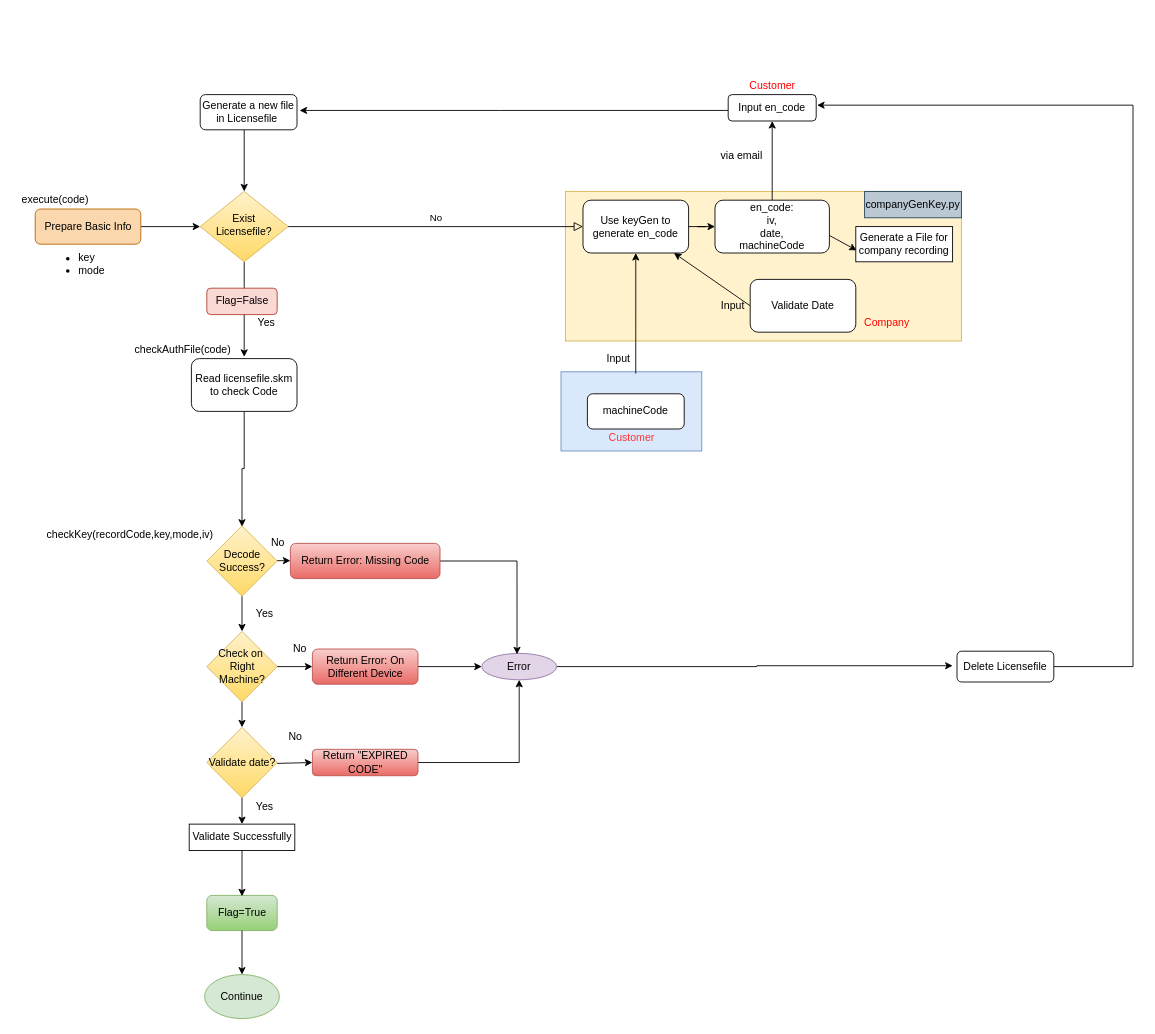
This is Untitled Diagram.drawio from xuunnis123/RegisterCode, a draw.io file, before an edit. Source tidied: cells renumbered, new cells numbered last; positions are measured from the earlier drawing's top-left corner, leaving out a move shared by most shapes. Both pictures are drawn from the tidied source at 88%, with x=0, y=0 at pixel (15, 77).
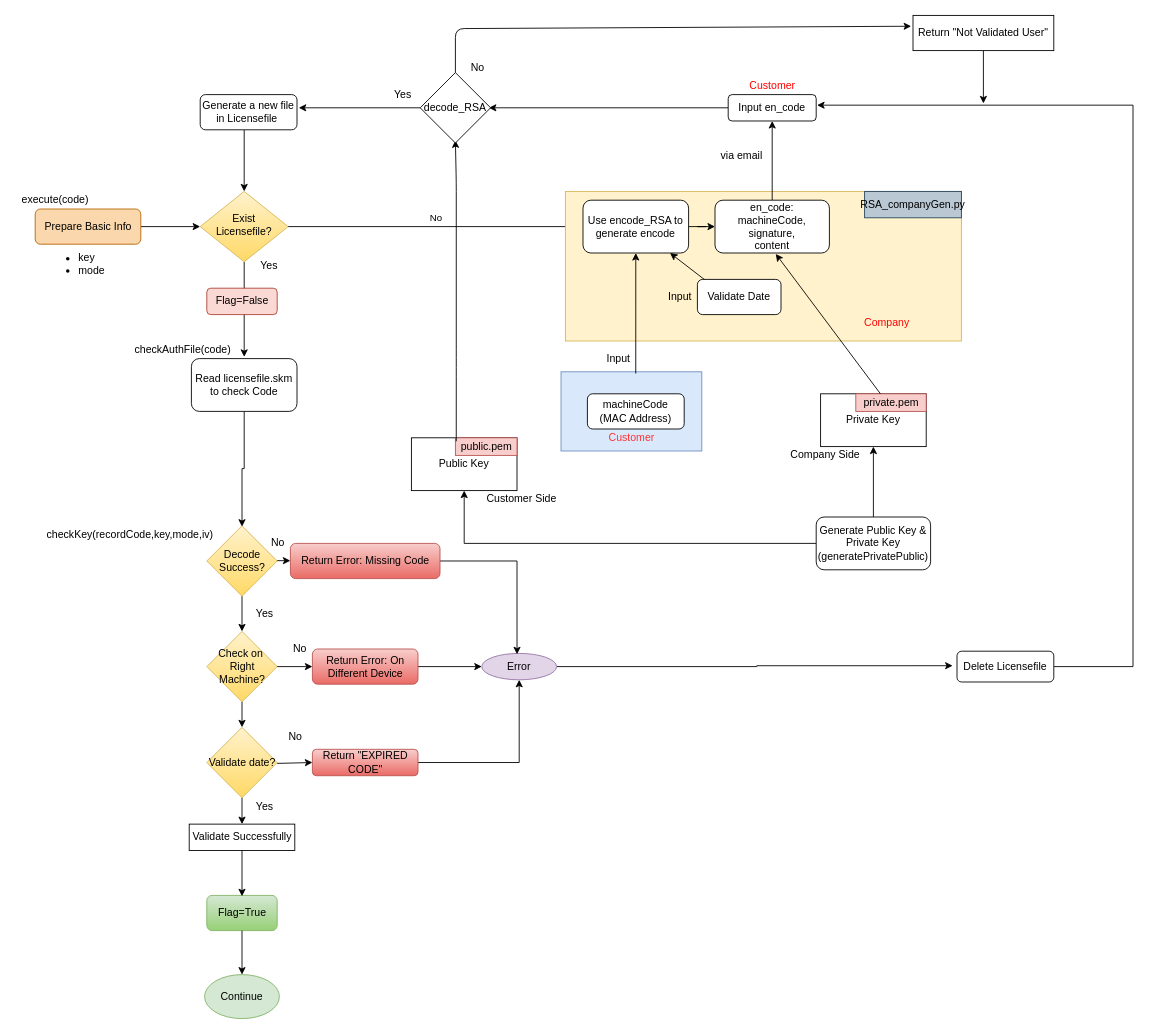
The same diagram, later.

The change refers to these unchanged cells:
```xml
<mxCell id="3" value="Exist Licensefile?" style="rhombus;whiteSpace=wrap;html=1;shadow=0;fontFamily=Helvetica;fontSize=12;align=center;strokeWidth=1;spacing=6;spacingTop=-4;gradientColor=#ffd966;fillColor=#fff2cc;strokeColor=#d6b656;" parent="1" vertex="1">
  <mxGeometry x="210" y="130" width="100" height="80" as="geometry" />
</mxCell>
<mxCell id="13" value="Generate a new file in Licensefile&amp;nbsp;" style="rounded=1;whiteSpace=wrap;html=1;" parent="1" vertex="1">
  <mxGeometry x="210" y="20" width="110" height="40" as="geometry" />
</mxCell>
```

Change to the diagram source:
```diff
@@
-    <mxCell id="12" style="edgeStyle=orthogonalEdgeStyle;rounded=0;jettySize=auto;html=1;entryX=1.027;entryY=0.45;entryDx=0;entryDy=0;entryPerimeter=0;fontColor=#000000;" parent="1" edge="1" source="45" target="13">
-      <mxGeometry relative="1" as="geometry">
-        <Array as="points">
-          <mxPoint x="550" y="38" />
-          <mxPoint x="550" y="38" />
-        </Array>
-      </mxGeometry>
-    </mxCell>
@@
     <mxCell id="15" value="Yes" style="text;html=1;align=center;verticalAlign=middle;fontColor=#000000;" parent="1" vertex="1">
-      <mxGeometry x="265" y="270" width="40" height="20" as="geometry" />
+      <mxGeometry x="267.5" y="205" width="40" height="20" as="geometry" />
     </mxCell>
@@
-    <mxCell id="44" style="group;" parent="1" vertex="1">
-      <mxGeometry x="620" width="455" height="425" as="geometry" />
-    </mxCell>
+    <mxCell id="65" value="No" style="edgeStyle=orthogonalEdgeStyle;rounded=0;html=1;jettySize=auto;fontSize=11;endArrow=block;endFill=0;endSize=8;strokeWidth=1;shadow=0;labelBackgroundColor=none;entryX=0;entryY=0.5;entryDx=0;entryDy=0;" parent="1" edge="1" source="3" target="50">
+      <mxGeometry y="10" relative="1" as="geometry" />
+    </mxCell>
+    <mxCell id="66" value="execute(code)" style="text;html=1;align=center;verticalAlign=middle;fontColor=#000000;" parent="1" vertex="1">
+      <mxGeometry y="130" width="90" height="20" as="geometry" />
+    </mxCell>
+    <mxCell id="67" style="edgeStyle=orthogonalEdgeStyle;rounded=0;jettySize=auto;html=1;fontColor=#000000;entryX=1.01;entryY=0.4;entryDx=0;entryDy=0;entryPerimeter=0;" parent="1" edge="1" source="68" target="45">
+      <mxGeometry relative="1" as="geometry">
+        <Array as="points">
+          <mxPoint x="1270" y="670" />
+          <mxPoint x="1270" y="32" />
+        </Array>
+      </mxGeometry>
+    </mxCell>
+    <mxCell id="68" value="Delete Licensefile" style="rounded=1;whiteSpace=wrap;html=1;fontColor=#000000;" parent="1" vertex="1">
+      <mxGeometry x="1070" y="652.5" width="110" height="35" as="geometry" />
+    </mxCell>
+    <mxCell id="69" style="edgeStyle=orthogonalEdgeStyle;rounded=0;jettySize=auto;html=1;" parent="1" edge="1" source="71" target="73">
+      <mxGeometry relative="1" as="geometry" />
+    </mxCell>
+    <mxCell id="70" style="edgeStyle=orthogonalEdgeStyle;rounded=0;jettySize=auto;html=1;" parent="1" edge="1" source="71" target="75">
+      <mxGeometry relative="1" as="geometry" />
+    </mxCell>
+    <mxCell id="71" value="Generate Public Key &amp;amp; Private Key&lt;br&gt;(generatePrivatePublic)" style="rounded=1;whiteSpace=wrap;html=1;" parent="1" vertex="1">
+      <mxGeometry x="910" y="500" width="130" height="60" as="geometry" />
+    </mxCell>
+    <mxCell id="72" style="edgeStyle=orthogonalEdgeStyle;rounded=0;jettySize=auto;html=1;entryX=0.975;entryY=0.5;entryDx=0;entryDy=0;entryPerimeter=0;" parent="1" edge="1" source="45" target="81">
+      <mxGeometry relative="1" as="geometry" />
+    </mxCell>
-    <mxCell id="45" value="Input en_code" style="rounded=1;whiteSpace=wrap;html=1;fontColor=#000000;" parent="44" vertex="1">
-      <mxGeometry x="190" y="20" width="100" height="30" as="geometry" />
+    <mxCell id="45" value="Input en_code" style="rounded=1;whiteSpace=wrap;html=1;fontColor=#000000;" parent="1" vertex="1">
+      <mxGeometry x="810" y="20" width="100" height="30" as="geometry" />
     </mxCell>
-    <mxCell id="46" style="whiteSpace=wrap;html=1;fillColor=#fff2cc;strokeColor=#d6b656;" parent="44" vertex="1">
-      <mxGeometry x="5" y="130" width="450" height="170" as="geometry" />
+    <mxCell id="46" style="whiteSpace=wrap;html=1;fillColor=#fff2cc;strokeColor=#d6b656;" parent="1" vertex="1">
+      <mxGeometry x="625" y="130" width="450" height="170" as="geometry" />
     </mxCell>
-    <mxCell id="47" style="rounded=0;whiteSpace=wrap;html=1;fillColor=#dae8fc;strokeColor=#6c8ebf;" parent="44" vertex="1">
-      <mxGeometry y="335" width="160" height="90" as="geometry" />
+    <mxCell id="47" style="rounded=0;whiteSpace=wrap;html=1;fillColor=#dae8fc;strokeColor=#6c8ebf;" parent="1" vertex="1">
+      <mxGeometry x="620" y="335" width="160" height="90" as="geometry" />
     </mxCell>
-    <mxCell id="48" style="edgeStyle=orthogonalEdgeStyle;rounded=0;jettySize=auto;html=1;fontColor=#000000;" parent="44" edge="1" source="49" target="45">
-      <mxGeometry relative="1" as="geometry" />
+    <mxCell id="48" style="edgeStyle=orthogonalEdgeStyle;rounded=0;jettySize=auto;html=1;fontColor=#000000;" parent="1" edge="1" source="49" target="45">
+      <mxGeometry x="580" y="-70" as="geometry" />
     </mxCell>
-    <mxCell id="49" value="en_code: &lt;br&gt;iv,&lt;br&gt;date,&lt;br&gt;machineCode" style="whiteSpace=wrap;html=1;rounded=1;shadow=0;strokeWidth=1;glass=0;" parent="44" vertex="1">
-      <mxGeometry x="175" y="140" width="130" height="60" as="geometry" />
+    <mxCell id="49" value="en_code:&lt;br&gt;machineCode,&lt;br&gt;signature,&lt;br&gt;content" style="whiteSpace=wrap;html=1;rounded=1;shadow=0;strokeWidth=1;glass=0;" parent="1" vertex="1">
+      <mxGeometry x="795" y="140" width="130" height="60" as="geometry" />
     </mxCell>
-    <mxCell id="50" value="Use keyGen to generate en_code" style="rounded=1;whiteSpace=wrap;html=1;" parent="44" vertex="1">
-      <mxGeometry x="25" y="140" width="120" height="60" as="geometry" />
+    <mxCell id="50" value="Use encode_RSA to generate encode" style="rounded=1;whiteSpace=wrap;html=1;" parent="1" vertex="1">
+      <mxGeometry x="645" y="140" width="120" height="60" as="geometry" />
     </mxCell>
-    <mxCell id="51" style="edgeStyle=orthogonalEdgeStyle;rounded=0;jettySize=auto;html=1;exitX=1;exitY=0.5;exitDx=0;exitDy=0;" parent="44" edge="1" source="50" target="49">
-      <mxGeometry y="70" as="geometry" />
+    <mxCell id="51" style="edgeStyle=orthogonalEdgeStyle;rounded=0;jettySize=auto;html=1;exitX=1;exitY=0.5;exitDx=0;exitDy=0;" parent="1" edge="1" source="50" target="49">
+      <mxGeometry x="580" as="geometry" />
     </mxCell>
-    <mxCell id="52" value="machineCode" style="rounded=1;whiteSpace=wrap;html=1;" parent="44" vertex="1">
-      <mxGeometry x="30" y="360" width="110" height="40" as="geometry" />
+    <mxCell id="52" value="machineCode&lt;br&gt;(MAC Address)" style="rounded=1;whiteSpace=wrap;html=1;" parent="1" vertex="1">
+      <mxGeometry x="650" y="360" width="110" height="40" as="geometry" />
     </mxCell>
-    <mxCell id="53" value="Customer" style="text;html=1;align=center;verticalAlign=middle;fontColor=#FF3333;" parent="44" vertex="1">
-      <mxGeometry x="45" y="400" width="70" height="20" as="geometry" />
+    <mxCell id="53" value="Customer" style="text;html=1;align=center;verticalAlign=middle;fontColor=#FF3333;" parent="1" vertex="1">
+      <mxGeometry x="665" y="400" width="70" height="20" as="geometry" />
     </mxCell>
-    <mxCell id="54" style="endArrow=classic;html=1;exitX=0.531;exitY=0.022;exitDx=0;exitDy=0;exitPerimeter=0;" parent="44" edge="1" source="47" target="50">
-      <mxGeometry y="70" as="geometry" />
+    <mxCell id="54" style="endArrow=classic;html=1;exitX=0.531;exitY=0.022;exitDx=0;exitDy=0;exitPerimeter=0;" parent="1" edge="1" source="47" target="50">
+      <mxGeometry x="580" as="geometry" />
     </mxCell>
-    <mxCell id="55" value="Company" style="text;html=1;align=center;verticalAlign=middle;fontColor=#FF0000;" parent="44" vertex="1">
-      <mxGeometry x="335" y="270" width="70" height="20" as="geometry" />
+    <mxCell id="55" value="Company" style="text;html=1;align=center;verticalAlign=middle;fontColor=#FF0000;" parent="1" vertex="1">
+      <mxGeometry x="955" y="270" width="70" height="20" as="geometry" />
     </mxCell>
-    <mxCell id="56" style="endArrow=classic;html=1;fontColor=#FF3333;" parent="44" edge="1" target="50">
-      <mxGeometry y="70" as="geometry">
-        <mxPoint x="215" y="260" as="sourcePoint" />
-      </mxGeometry>
+    <mxCell id="56" style="endArrow=classic;html=1;fontColor=#FF3333;startArrow=none;exitX=0.1;exitY=0.033;exitDx=0;exitDy=0;exitPerimeter=0;" parent="1" edge="1" source="57" target="50">
+      <mxGeometry x="580" as="geometry" />
     </mxCell>
-    <mxCell id="57" value="Validate Date" style="rounded=1;whiteSpace=wrap;html=1;" parent="44" vertex="1">
-      <mxGeometry x="215" y="230" width="120" height="60" as="geometry" />
-    </mxCell>
-    <mxCell id="58" value="companyGenKey.py" style="rounded=0;whiteSpace=wrap;html=1;fillColor=#bac8d3;strokeColor=#23445d;" parent="44" vertex="1">
-      <mxGeometry x="345" y="130" width="110" height="30" as="geometry" />
+    <mxCell id="58" value="RSA_companyGen.py" style="rounded=0;whiteSpace=wrap;html=1;fillColor=#bac8d3;strokeColor=#23445d;" parent="1" vertex="1">
+      <mxGeometry x="965" y="130" width="110" height="30" as="geometry" />
     </mxCell>
-    <mxCell id="59" style="endArrow=classic;html=1;fontColor=#000000;entryX=0.009;entryY=0.675;entryDx=0;entryDy=0;entryPerimeter=0;" parent="44" edge="1" target="60">
-      <mxGeometry y="70" as="geometry">
-        <mxPoint x="305" y="180" as="sourcePoint" />
-      </mxGeometry>
-    </mxCell>
-    <mxCell id="60" value="Generate a File for company recording" style="rounded=0;whiteSpace=wrap;html=1;fontColor=#000000;" parent="44" vertex="1">
-      <mxGeometry x="335" y="170" width="110" height="40" as="geometry" />
-    </mxCell>
-    <mxCell id="61" value="&lt;font color=&quot;#ff0000&quot;&gt;Customer&lt;/font&gt;" style="text;html=1;align=center;verticalAlign=middle;fontColor=#000000;" parent="44" vertex="1">
-      <mxGeometry x="205" width="70" height="20" as="geometry" />
+    <mxCell id="61" value="&lt;font color=&quot;#ff0000&quot;&gt;Customer&lt;/font&gt;" style="text;html=1;align=center;verticalAlign=middle;fontColor=#000000;" parent="1" vertex="1">
+      <mxGeometry x="825" width="70" height="20" as="geometry" />
     </mxCell>
-    <mxCell id="62" value="via email" style="text;html=1;align=center;verticalAlign=middle;fontColor=#000000;" parent="44" vertex="1">
-      <mxGeometry x="175" y="80" width="60" height="20" as="geometry" />
+    <mxCell id="62" value="via email" style="text;html=1;align=center;verticalAlign=middle;fontColor=#000000;" parent="1" vertex="1">
+      <mxGeometry x="795" y="80" width="60" height="20" as="geometry" />
     </mxCell>
-    <mxCell id="63" value="Input" style="text;html=1;align=center;verticalAlign=middle;fontColor=#000000;" parent="44" vertex="1">
-      <mxGeometry x="45" y="310" width="40" height="20" as="geometry" />
+    <mxCell id="63" value="Input" style="text;html=1;align=center;verticalAlign=middle;fontColor=#000000;" parent="1" vertex="1">
+      <mxGeometry x="665" y="310" width="40" height="20" as="geometry" />
     </mxCell>
-    <mxCell id="64" value="Input" style="text;html=1;align=center;verticalAlign=middle;fontColor=#000000;" parent="44" vertex="1">
-      <mxGeometry x="175" y="250" width="40" height="20" as="geometry" />
+    <mxCell id="64" value="Input" style="text;html=1;align=center;verticalAlign=middle;fontColor=#000000;" parent="1" vertex="1">
+      <mxGeometry x="735" y="240" width="40" height="20" as="geometry" />
     </mxCell>
-    <mxCell id="65" value="No" style="edgeStyle=orthogonalEdgeStyle;rounded=0;html=1;jettySize=auto;fontSize=11;endArrow=block;endFill=0;endSize=8;strokeWidth=1;shadow=0;labelBackgroundColor=none;entryX=0;entryY=0.5;entryDx=0;entryDy=0;" parent="1" edge="1" source="3" target="50">
-      <mxGeometry y="10" relative="1" as="geometry" />
-    </mxCell>
-    <mxCell id="66" value="execute(code)" style="text;html=1;align=center;verticalAlign=middle;fontColor=#000000;" parent="1" vertex="1">
-      <mxGeometry y="130" width="90" height="20" as="geometry" />
-    </mxCell>
-    <mxCell id="67" style="edgeStyle=orthogonalEdgeStyle;rounded=0;jettySize=auto;html=1;fontColor=#000000;entryX=1.01;entryY=0.4;entryDx=0;entryDy=0;entryPerimeter=0;" parent="1" edge="1" source="68" target="45">
-      <mxGeometry relative="1" as="geometry">
-        <Array as="points">
-          <mxPoint x="1270" y="670" />
-          <mxPoint x="1270" y="32" />
-        </Array>
-      </mxGeometry>
-    </mxCell>
-    <mxCell id="68" value="Delete Licensefile" style="rounded=1;whiteSpace=wrap;html=1;fontColor=#000000;" parent="1" vertex="1">
-      <mxGeometry x="1070" y="652.5" width="110" height="35" as="geometry" />
-    </mxCell>
+    <mxCell id="73" value="Public Key" style="rounded=0;whiteSpace=wrap;html=1;" parent="1" vertex="1">
+      <mxGeometry x="450" y="410" width="120" height="60" as="geometry" />
+    </mxCell>
+    <mxCell id="74" style="group;" parent="1" vertex="1">
+      <mxGeometry x="915" y="360" width="120" height="60" as="geometry" />
+    </mxCell>
+    <mxCell id="75" value="Private Key" style="rounded=0;whiteSpace=wrap;html=1;" parent="74" vertex="1">
+      <mxGeometry width="120" height="60" as="geometry" />
+    </mxCell>
+    <mxCell id="76" value="private.pem" style="text;html=1;align=center;verticalAlign=middle;points=[];strokeColor=#b85450;fillColor=#f8cecc;" parent="74" vertex="1">
+      <mxGeometry x="40" width="80" height="20" as="geometry" />
+    </mxCell>
+    <mxCell id="77" value="public.pem" style="text;html=1;align=center;verticalAlign=middle;points=[];strokeColor=#b85450;fillColor=#f8cecc;" parent="1" vertex="1">
+      <mxGeometry x="500" y="410" width="70" height="20" as="geometry" />
+    </mxCell>
+    <mxCell id="78" style="endArrow=classic;html=1;exitX=0.35;exitY=0;exitDx=0;exitDy=0;exitPerimeter=0;entryX=0.531;entryY=1.017;entryDx=0;entryDy=0;entryPerimeter=0;" parent="1" edge="1" source="76" target="49">
+      <mxGeometry relative="1" as="geometry" />
+    </mxCell>
+    <mxCell id="57" value="Validate Date" style="rounded=1;whiteSpace=wrap;html=1;" parent="1" vertex="1">
+      <mxGeometry x="775" y="230" width="95" height="40" as="geometry" />
+    </mxCell>
+    <mxCell id="79" style="endArrow=classic;html=1;exitX=0.014;exitY=0.2;exitDx=0;exitDy=0;exitPerimeter=0;" parent="1" edge="1" source="77">
+      <mxGeometry relative="1" as="geometry">
+        <mxPoint x="500" y="72" as="targetPoint" />
+        <Array as="points">
+          <mxPoint x="501" y="340" />
+          <mxPoint x="501" y="320" />
+          <mxPoint x="501" y="120" />
+        </Array>
+      </mxGeometry>
+    </mxCell>
+    <mxCell id="80" style="edgeStyle=orthogonalEdgeStyle;rounded=0;jettySize=auto;html=1;entryX=1.018;entryY=0.375;entryDx=0;entryDy=0;entryPerimeter=0;" parent="1" edge="1" source="81" target="13">
+      <mxGeometry relative="1" as="geometry" />
+    </mxCell>
+    <mxCell id="81" value="decode_RSA" style="rhombus;whiteSpace=wrap;html=1;" parent="1" vertex="1">
+      <mxGeometry x="460" y="-5" width="80" height="80" as="geometry" />
+    </mxCell>
+    <mxCell id="82" value="Yes" style="text;html=1;align=center;verticalAlign=middle;strokeColor=none;" parent="1" vertex="1">
+      <mxGeometry x="420" y="10" width="40" height="20" as="geometry" />
+    </mxCell>
+    <mxCell id="83" style="endArrow=classic;html=1;entryX=-0.013;entryY=0.308;entryDx=0;entryDy=0;entryPerimeter=0;" parent="1" edge="1" target="86">
+      <mxGeometry relative="1" as="geometry">
+        <mxPoint x="500" y="-5" as="sourcePoint" />
+        <Array as="points">
+          <mxPoint x="500" y="-55" />
+        </Array>
+      </mxGeometry>
+    </mxCell>
+    <mxCell id="84" value="No" style="text;html=1;align=center;verticalAlign=middle;strokeColor=none;" parent="1" vertex="1">
+      <mxGeometry x="510" y="-20" width="30" height="20" as="geometry" />
+    </mxCell>
+    <mxCell id="85" style="edgeStyle=orthogonalEdgeStyle;rounded=0;jettySize=auto;html=1;" parent="1" edge="1" source="86">
+      <mxGeometry relative="1" as="geometry">
+        <mxPoint x="1100" y="30" as="targetPoint" />
+      </mxGeometry>
+    </mxCell>
+    <mxCell id="86" value="Return &quot;Not Validated User&quot;" style="rounded=0;whiteSpace=wrap;html=1;" parent="1" vertex="1">
+      <mxGeometry x="1020" y="-70" width="160" height="40" as="geometry" />
+    </mxCell>
+    <mxCell id="87" value="Customer Side" style="text;html=1;align=center;verticalAlign=middle;strokeColor=none;" parent="1" vertex="1">
+      <mxGeometry x="530" y="470" width="90" height="20" as="geometry" />
+    </mxCell>
+    <mxCell id="88" value="Company Side" style="text;html=1;align=center;verticalAlign=middle;strokeColor=none;" parent="1" vertex="1">
+      <mxGeometry x="875" y="420" width="90" height="20" as="geometry" />
+    </mxCell>
```
